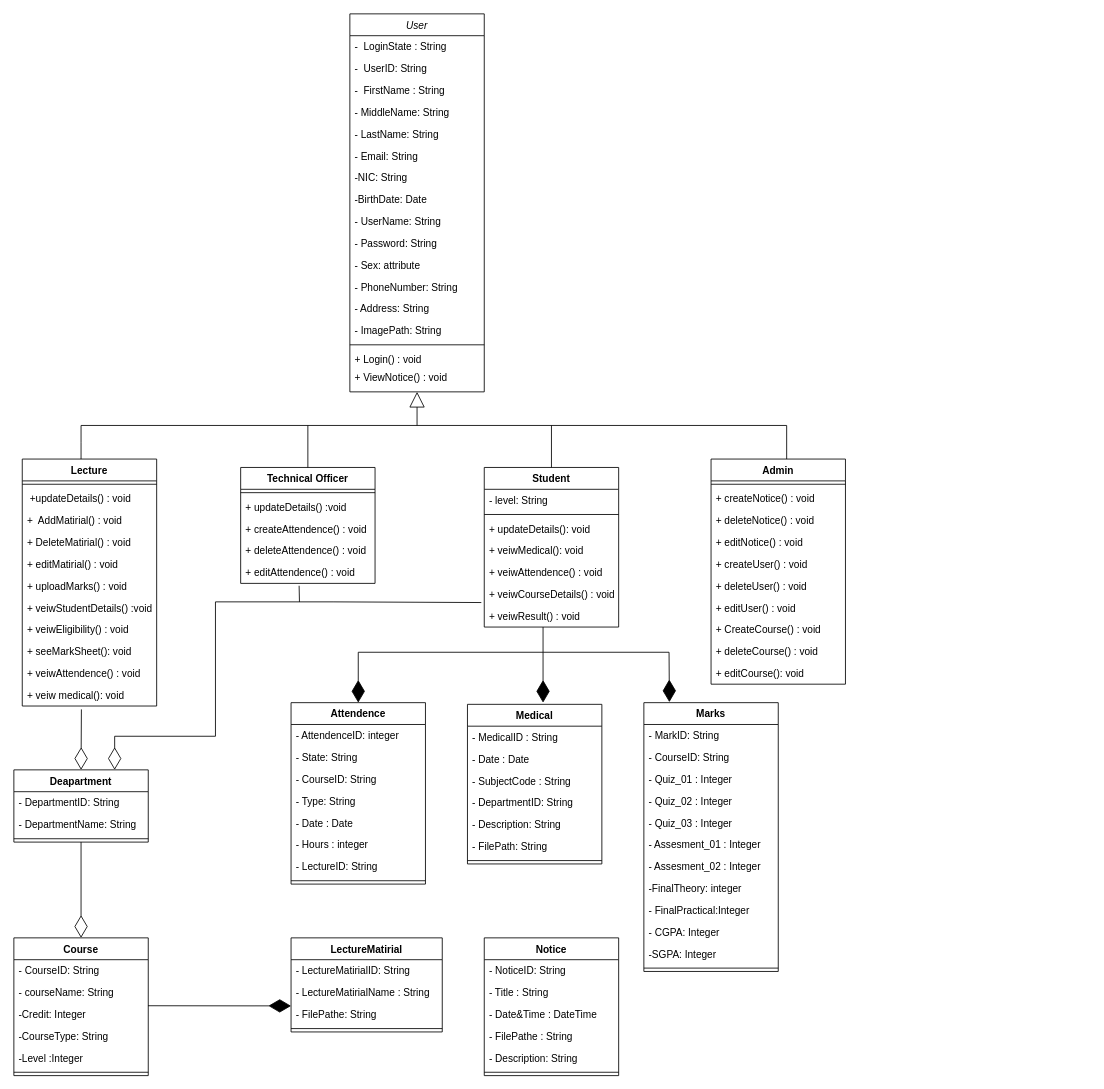
ChandimalPriyamantha/Java_Project_TECMIS keeps this draw.io diagram as Diagrams/class_diagram.drawio. Above is the earlier version. Source tidied: cells renumbered, new cells numbered last; positions are measured from the earlier drawing's top-left corner, leaving out a move shared by most shapes. Both pictures are drawn from the tidied source at 84%, with x=0, y=0 at pixel (13, 13).
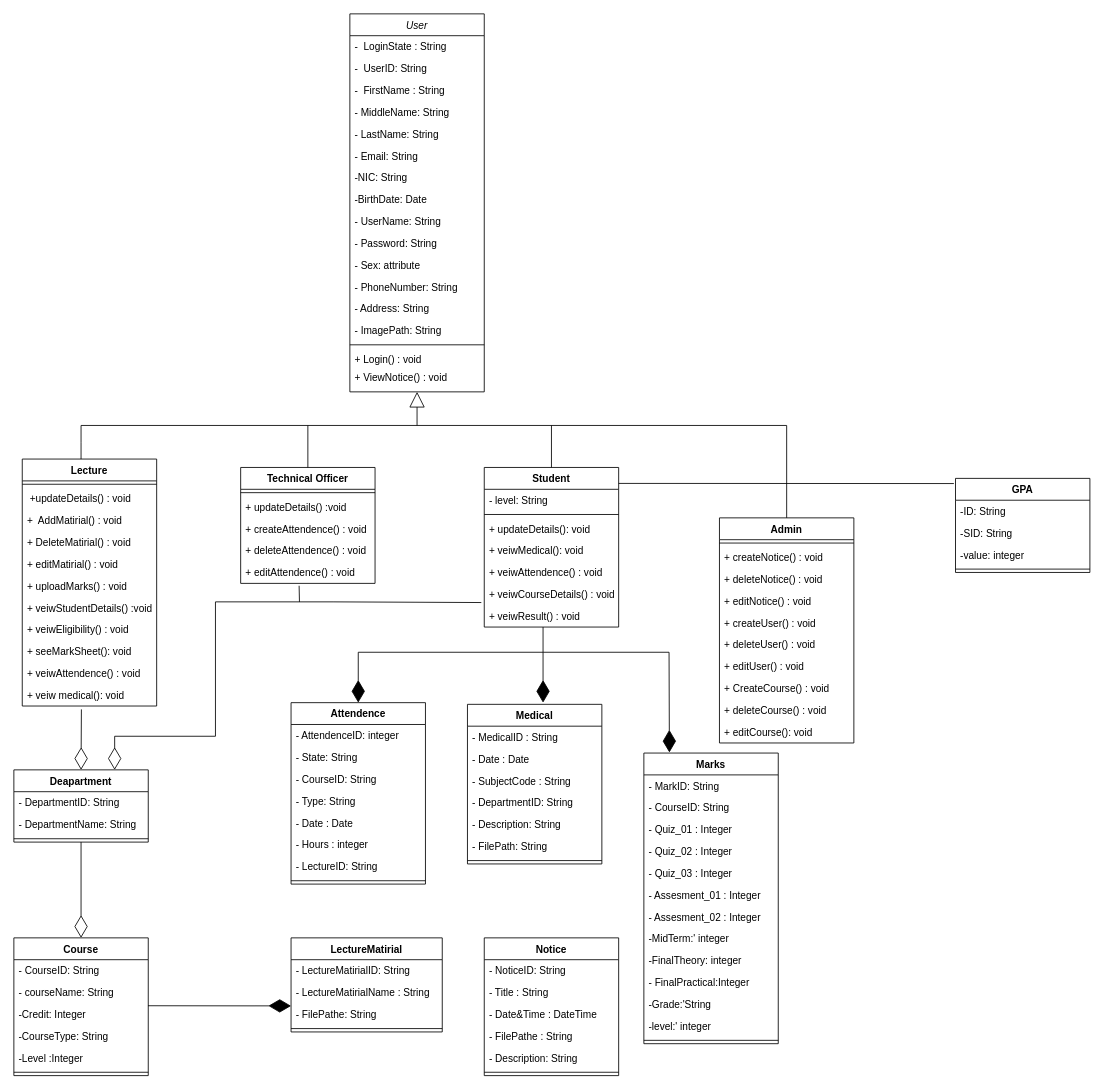
The same page after the edit.

The edit, as a diff of the source:
```diff
@@
     <mxCell id="20" value="Admin" style="swimlane;fontStyle=1;align=center;verticalAlign=top;horizontal=1;startSize=26;" parent="1" vertex="1">
-      <mxGeometry x="830" y="530" width="160" height="268" as="geometry" />
+      <mxGeometry x="840" y="600" width="160" height="268" as="geometry" />
     </mxCell>
@@
-    <mxCell id="61" style="endArrow=none;html=1;rounded=0;" parent="1" edge="1">
+    <mxCell id="61" style="endArrow=none;html=1;rounded=0;exitX=0.5;exitY=0;exitDx=0;exitDy=0;" parent="1" edge="1" source="20">
       <mxGeometry relative="1" as="geometry">
-        <mxPoint x="920" y="530" as="sourcePoint" />
         <mxPoint x="920" y="490" as="targetPoint" />
       </mxGeometry>
     </mxCell>
@@
     <mxCell id="84" value="Marks" style="swimlane;fontStyle=1;align=center;verticalAlign=top;horizontal=1;startSize=26;" parent="1" vertex="1">
-      <mxGeometry x="750" y="820" width="160" height="320" as="geometry" />
+      <mxGeometry x="750" y="880" width="160" height="346" as="geometry" />
     </mxCell>
@@
+    <mxCell id="130" value="-MidTerm:' integer" style="text;strokeColor=none;fillColor=none;align=left;verticalAlign=top;spacingLeft=4;spacingRight=4;overflow=hidden;" parent="84" vertex="1">
+      <mxGeometry y="208" width="160" height="26" as="geometry" />
+    </mxCell>
     <mxCell id="92" value="-FinalTheory: integer" style="text;strokeColor=none;fillColor=none;align=left;verticalAlign=top;spacingLeft=4;spacingRight=4;overflow=hidden;" parent="84" vertex="1">
-      <mxGeometry y="208" width="160" height="26" as="geometry" />
+      <mxGeometry y="234" width="160" height="26" as="geometry" />
     </mxCell>
     <mxCell id="93" value="- FinalPractical:Integer" style="text;strokeColor=none;fillColor=none;align=left;verticalAlign=top;spacingLeft=4;spacingRight=4;overflow=hidden;" parent="84" vertex="1">
-      <mxGeometry y="234" width="160" height="26" as="geometry" />
+      <mxGeometry y="260" width="160" height="26" as="geometry" />
     </mxCell>
-    <mxCell id="94" value="- CGPA: Integer" style="text;strokeColor=none;fillColor=none;align=left;verticalAlign=top;spacingLeft=4;spacingRight=4;overflow=hidden;" parent="84" vertex="1">
-      <mxGeometry y="260" width="160" height="26" as="geometry" />
-    </mxCell>
-    <mxCell id="95" value="-SGPA: Integer" style="text;strokeColor=none;fillColor=none;align=left;verticalAlign=top;spacingLeft=4;spacingRight=4;overflow=hidden;" parent="84" vertex="1">
+    <mxCell id="95" value="-Grade:'String" style="text;strokeColor=none;fillColor=none;align=left;verticalAlign=top;spacingLeft=4;spacingRight=4;overflow=hidden;" parent="84" vertex="1">
       <mxGeometry y="286" width="160" height="26" as="geometry" />
     </mxCell>
+    <mxCell id="131" value="-level:' integer" style="text;strokeColor=none;fillColor=none;align=left;verticalAlign=top;spacingLeft=4;spacingRight=4;overflow=hidden;" parent="84" vertex="1">
+      <mxGeometry y="312" width="160" height="26" as="geometry" />
+    </mxCell>
     <mxCell id="96" style="line;strokeWidth=1;fillColor=none;align=left;verticalAlign=middle;spacingTop=-1;spacingLeft=3;spacingRight=3;labelPosition=right;strokeColor=inherit;" parent="84" vertex="1">
-      <mxGeometry y="312" width="160" height="8" as="geometry" />
+      <mxGeometry y="338" width="160" height="8" as="geometry" />
     </mxCell>
@@
+    <mxCell id="132" value="GPA" style="swimlane;fontStyle=1;align=center;verticalAlign=top;horizontal=1;startSize=26;" parent="1" vertex="1">
+      <mxGeometry x="1121" y="553" width="160" height="112" as="geometry" />
+    </mxCell>
+    <mxCell id="133" value="-ID: String" style="text;strokeColor=none;fillColor=none;align=left;verticalAlign=top;spacingLeft=4;spacingRight=4;overflow=hidden;" parent="132" vertex="1">
+      <mxGeometry y="26" width="160" height="26" as="geometry" />
+    </mxCell>
+    <mxCell id="134" value="-SID: String" style="text;strokeColor=none;fillColor=none;align=left;verticalAlign=top;spacingLeft=4;spacingRight=4;overflow=hidden;" parent="132" vertex="1">
+      <mxGeometry y="52" width="160" height="26" as="geometry" />
+    </mxCell>
+    <mxCell id="135" value="-value: integer" style="text;strokeColor=none;fillColor=none;align=left;verticalAlign=top;spacingLeft=4;spacingRight=4;overflow=hidden;" parent="132" vertex="1">
+      <mxGeometry y="78" width="160" height="26" as="geometry" />
+    </mxCell>
+    <mxCell id="136" style="line;strokeWidth=1;fillColor=none;align=left;verticalAlign=middle;spacingTop=-1;spacingLeft=3;spacingRight=3;labelPosition=right;strokeColor=inherit;" parent="132" vertex="1">
+      <mxGeometry y="104" width="160" height="8" as="geometry" />
+    </mxCell>
+    <mxCell id="137" style="endArrow=none;html=1;rounded=0;entryX=-0.012;entryY=0.055;entryDx=0;entryDy=0;entryPerimeter=0;" parent="1" edge="1" target="132">
+      <mxGeometry relative="1" as="geometry">
+        <mxPoint x="720" y="559" as="sourcePoint" />
+      </mxGeometry>
+    </mxCell>
```
